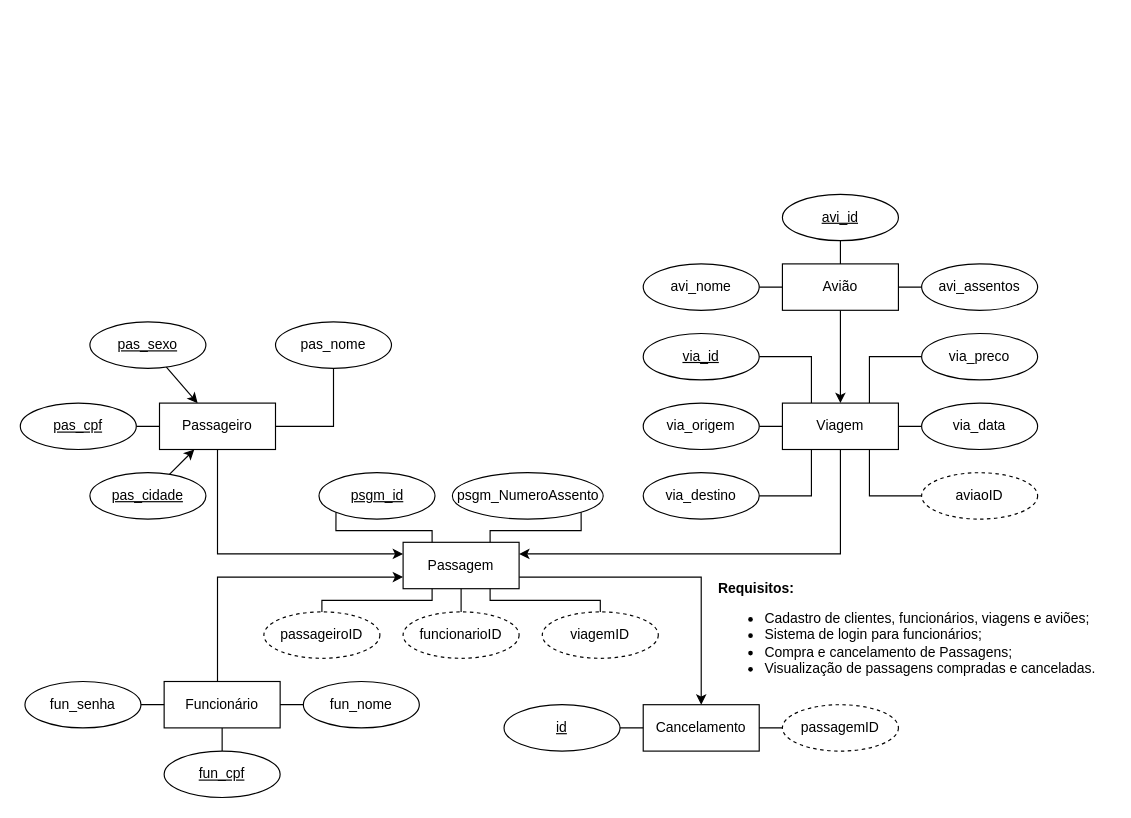
Above: Documentos/AeroDevDiagrama-v02(2).drawio in luan-adao/AeroDev01 (draw.io), before the change. Source tidied: cells renumbered, new cells numbered last; positions are measured from the earlier drawing's top-left corner, leaving out a move shared by most shapes. Both pictures are drawn from the tidied source at 116%, with x=0, y=0 at pixel (20, 194).
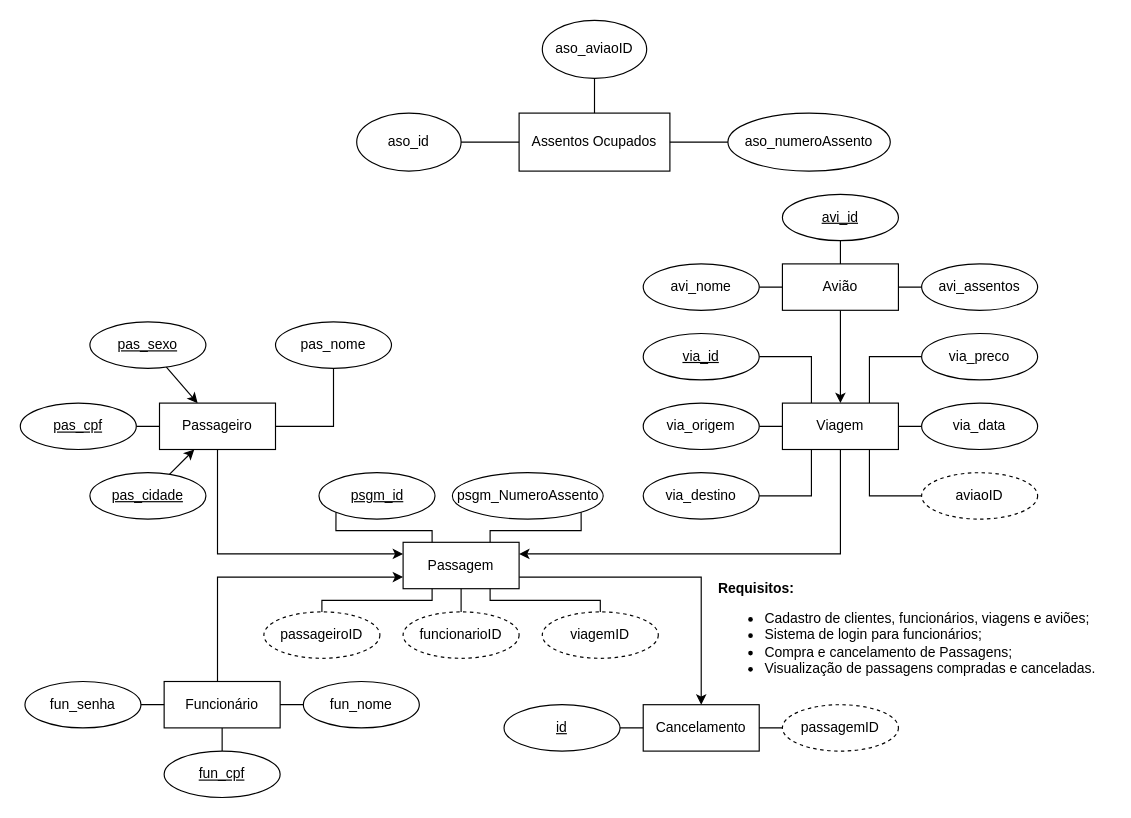
Above is the later version.

Change to the diagram source:
```diff
@@
+    <mxCell id="60" value="aso_id" style="ellipse;whiteSpace=wrap;html=1;" parent="1" vertex="1">
+      <mxGeometry x="290" y="-70" width="90" height="50" as="geometry" />
+    </mxCell>
+    <mxCell id="61" value="Assentos Ocupados" style="rounded=0;whiteSpace=wrap;html=1;" parent="1" vertex="1">
+      <mxGeometry x="430" y="-70" width="130" height="50" as="geometry" />
+    </mxCell>
+    <mxCell id="62" value="aso_aviaoID" style="ellipse;whiteSpace=wrap;html=1;" parent="1" vertex="1">
+      <mxGeometry x="450" y="-150" width="90" height="50" as="geometry" />
+    </mxCell>
+    <mxCell id="63" value="aso_numeroAssento" style="ellipse;whiteSpace=wrap;html=1;" parent="1" vertex="1">
+      <mxGeometry x="610" y="-70" width="140" height="50" as="geometry" />
+    </mxCell>
+    <mxCell id="64" style="endArrow=none;html=1;rounded=0;edgeStyle=orthogonalEdgeStyle;entryX=0.5;entryY=1;entryDx=0;entryDy=0;" parent="1" edge="1" source="61" target="62">
+      <mxGeometry relative="1" as="geometry" />
+    </mxCell>
+    <mxCell id="65" style="endArrow=none;html=1;rounded=0;edgeStyle=orthogonalEdgeStyle;entryX=1;entryY=0.5;entryDx=0;entryDy=0;exitX=0;exitY=0.5;exitDx=0;exitDy=0;" parent="1" edge="1" source="61" target="60">
+      <mxGeometry relative="1" as="geometry" />
+    </mxCell>
+    <mxCell id="66" style="endArrow=none;html=1;rounded=0;edgeStyle=orthogonalEdgeStyle;entryX=0;entryY=0.5;entryDx=0;entryDy=0;exitX=1;exitY=0.5;exitDx=0;exitDy=0;" parent="1" edge="1" source="61" target="63">
+      <mxGeometry relative="1" as="geometry" />
+    </mxCell>
```
